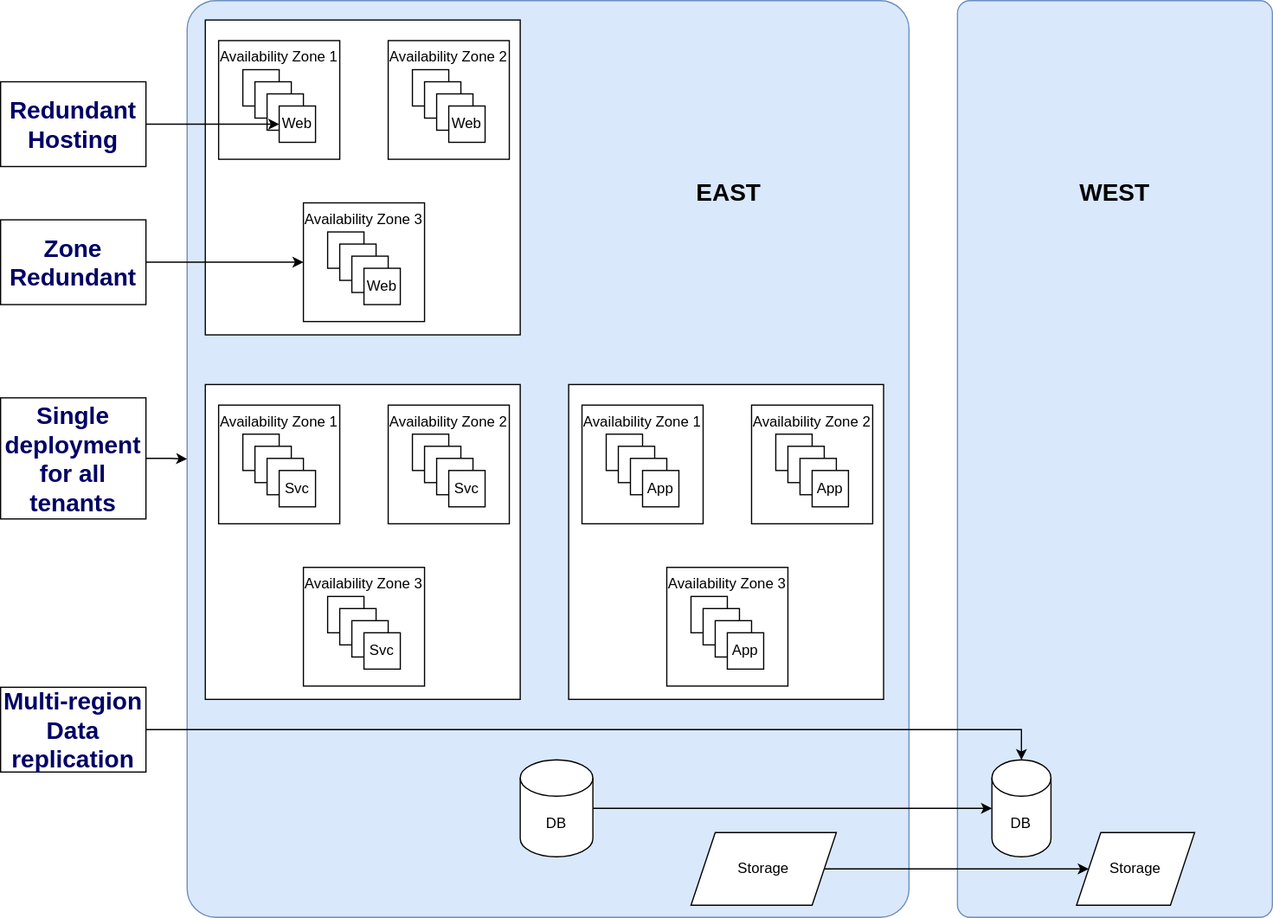
This is dr/DRBCP.svg from vjavle/invoicecloud, a draw.io export, as it was before one commit. Source tidied: cells renumbered, new cells last; positions are measured from the earlier drawing's top-left corner, leaving out a move shared by most shapes.
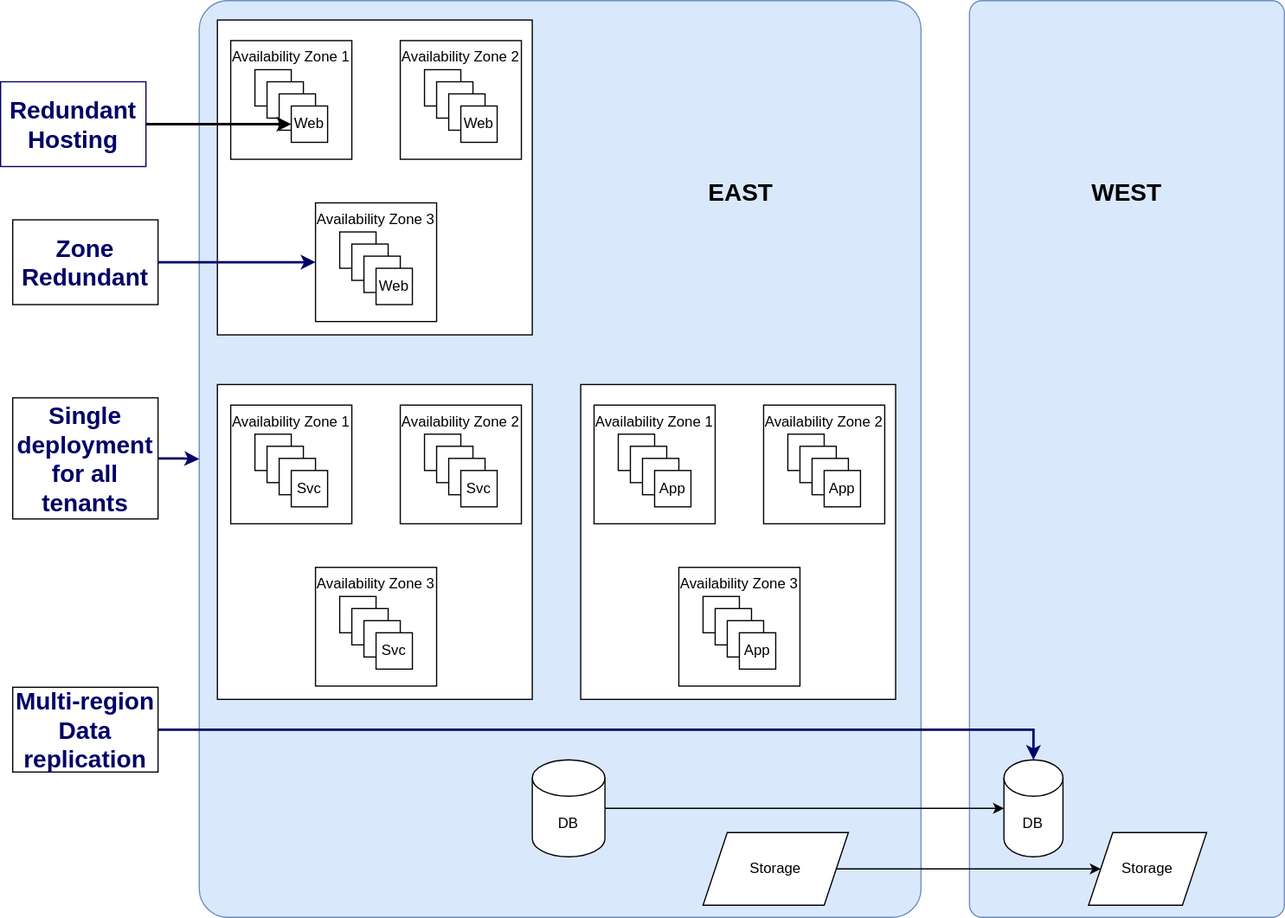
The same diagram one commit later.

What changed in the source:
```diff
@@ -14,7 +14,7 @@
     <mxCell id="5" style="edgeStyle=orthogonalEdgeStyle;rounded=0;jettySize=auto;html=1;" parent="1" edge="1" source="70" target="8">
       <mxGeometry relative="1" as="geometry" />
     </mxCell>
-    <mxCell id="6" style="edgeStyle=orthogonalEdgeStyle;rounded=0;jettySize=auto;html=1;" parent="1" edge="1" source="77" target="2">
+    <mxCell id="6" style="edgeStyle=orthogonalEdgeStyle;rounded=0;jettySize=auto;html=1;strokeWidth=2;strokeColor=#000066;" parent="1" edge="1" source="77" target="2">
       <mxGeometry relative="1" as="geometry" />
     </mxCell>
     <mxCell id="7" value="DB" style="shape=cylinder3;whiteSpace=wrap;html=1;boundedLbl=1;backgroundOutline=1;size=15;" parent="1" vertex="1">
@@ -209,13 +209,13 @@
     <mxCell id="70" value="Storage" style="shape=parallelogram;perimeter=parallelogramPerimeter;whiteSpace=wrap;html=1;fixedSize=1;" parent="1" vertex="1">
       <mxGeometry x="570" y="687" width="120" height="60" as="geometry" />
     </mxCell>
-    <mxCell id="71" style="endArrow=classic;html=1;rounded=0;fontSize=20;" parent="1" edge="1" source="76" target="16">
+    <mxCell id="71" style="endArrow=classic;html=1;rounded=0;fontSize=20;edgeStyle=orthogonalEdgeStyle;strokeWidth=2;" parent="1" edge="1" source="76" target="16">
       <mxGeometry relative="1" as="geometry" />
     </mxCell>
-    <mxCell id="72" style="endArrow=classic;html=1;rounded=0;fontSize=20;entryX=0;entryY=0.5;entryDx=0;entryDy=0;" parent="1" edge="1" source="75" target="24">
+    <mxCell id="72" style="endArrow=classic;html=1;rounded=0;fontSize=20;entryX=0;entryY=0.5;entryDx=0;entryDy=0;strokeWidth=2;strokeColor=#000066;" parent="1" edge="1" source="75" target="24">
       <mxGeometry relative="1" as="geometry" />
     </mxCell>
-    <mxCell id="73" style="edgeStyle=orthogonalEdgeStyle;rounded=0;jettySize=auto;html=1;entryX=0.5;entryY=0;entryDx=0;entryDy=0;entryPerimeter=0;fontSize=20;fontColor=#000066;" parent="1" edge="1" source="74" target="7">
+    <mxCell id="73" style="edgeStyle=orthogonalEdgeStyle;rounded=0;jettySize=auto;html=1;entryX=0.5;entryY=0;entryDx=0;entryDy=0;entryPerimeter=0;fontSize=20;fontColor=#000066;strokeColor=#000066;strokeWidth=2;" parent="1" edge="1" source="74" target="7">
       <mxGeometry relative="1" as="geometry" />
     </mxCell>
     <mxCell id="74" value="Multi-region Data replication" style="rounded=0;whiteSpace=wrap;html=1;fontSize=20;fontColor=#000066;strokeWidth=0;fontStyle=1;" parent="1" vertex="1">
@@ -224,8 +224,8 @@
     <mxCell id="75" value="Zone&lt;br&gt;Redundant" style="rounded=0;whiteSpace=wrap;html=1;fontSize=20;fontColor=#000066;strokeWidth=0;fontStyle=1;" parent="1" vertex="1">
       <mxGeometry y="181" width="120" height="70" as="geometry" />
     </mxCell>
-    <mxCell id="76" value="Redundant&lt;br&gt;Hosting" style="rounded=0;whiteSpace=wrap;html=1;fontSize=20;fontColor=#000066;strokeWidth=0;fontStyle=1;" parent="1" vertex="1">
-      <mxGeometry y="67" width="120" height="70" as="geometry" />
+    <mxCell id="76" value="Redundant&lt;br&gt;Hosting" style="rounded=0;whiteSpace=wrap;html=1;fontSize=20;fontColor=#000066;strokeWidth=0;fontStyle=1;strokeColor=#000066;" parent="1" vertex="1">
+      <mxGeometry x="-10" y="67" width="120" height="70" as="geometry" />
     </mxCell>
     <mxCell id="77" value="Single deployment for all tenants" style="rounded=0;whiteSpace=wrap;html=1;fontSize=20;fontColor=#000066;strokeWidth=0;fontStyle=1;" parent="1" vertex="1">
       <mxGeometry y="328" width="120" height="100" as="geometry" />
```
